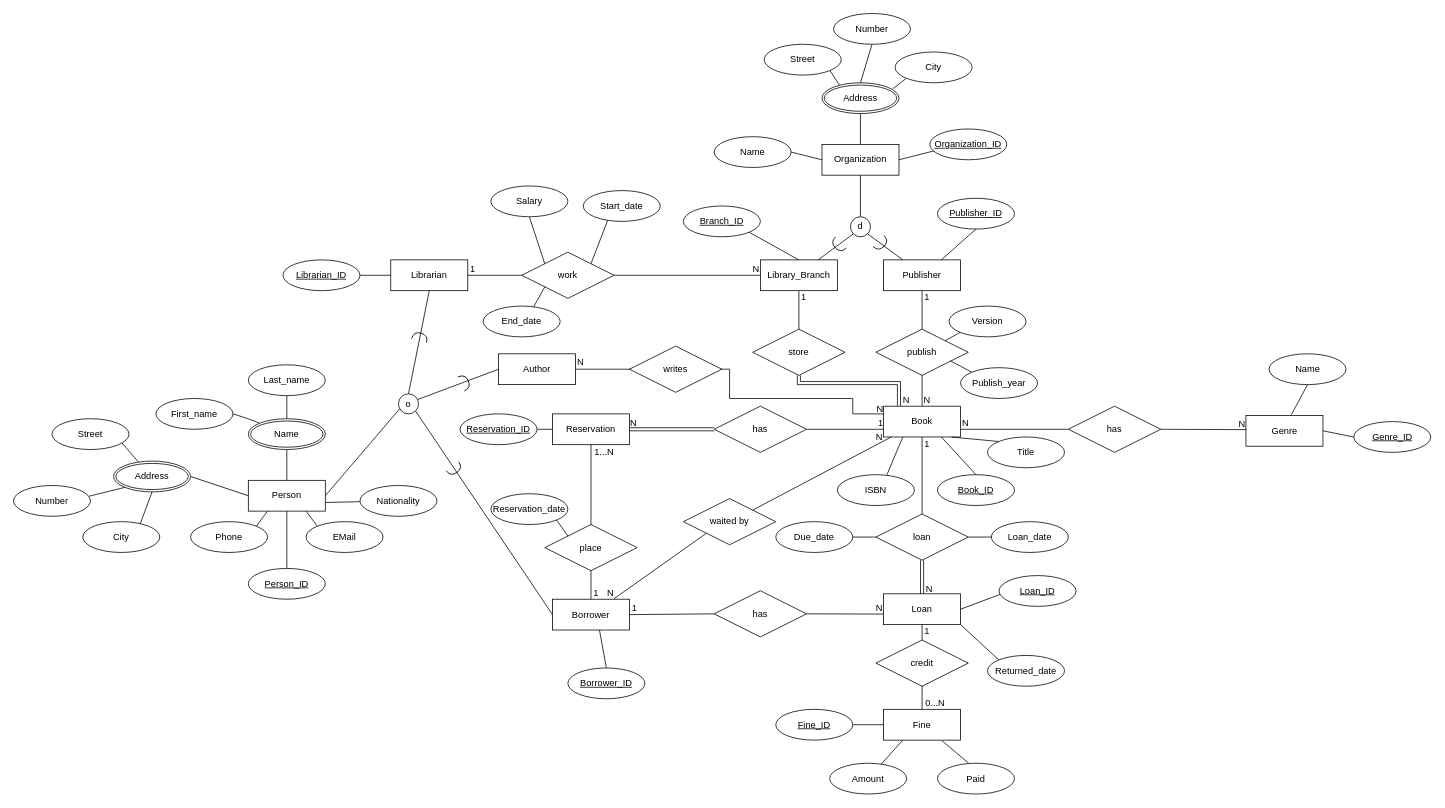
Before: ERM/ERM-Diagramm.drawio in YouAndMEME/sose23-database, a draw.io diagram. Source tidied: cells renumbered, new cells numbered last; positions are measured from the earlier drawing's top-left corner, leaving out a move shared by most shapes. Both pictures are drawn from the tidied source at 77%, with x=0, y=0 at pixel (13, 13).
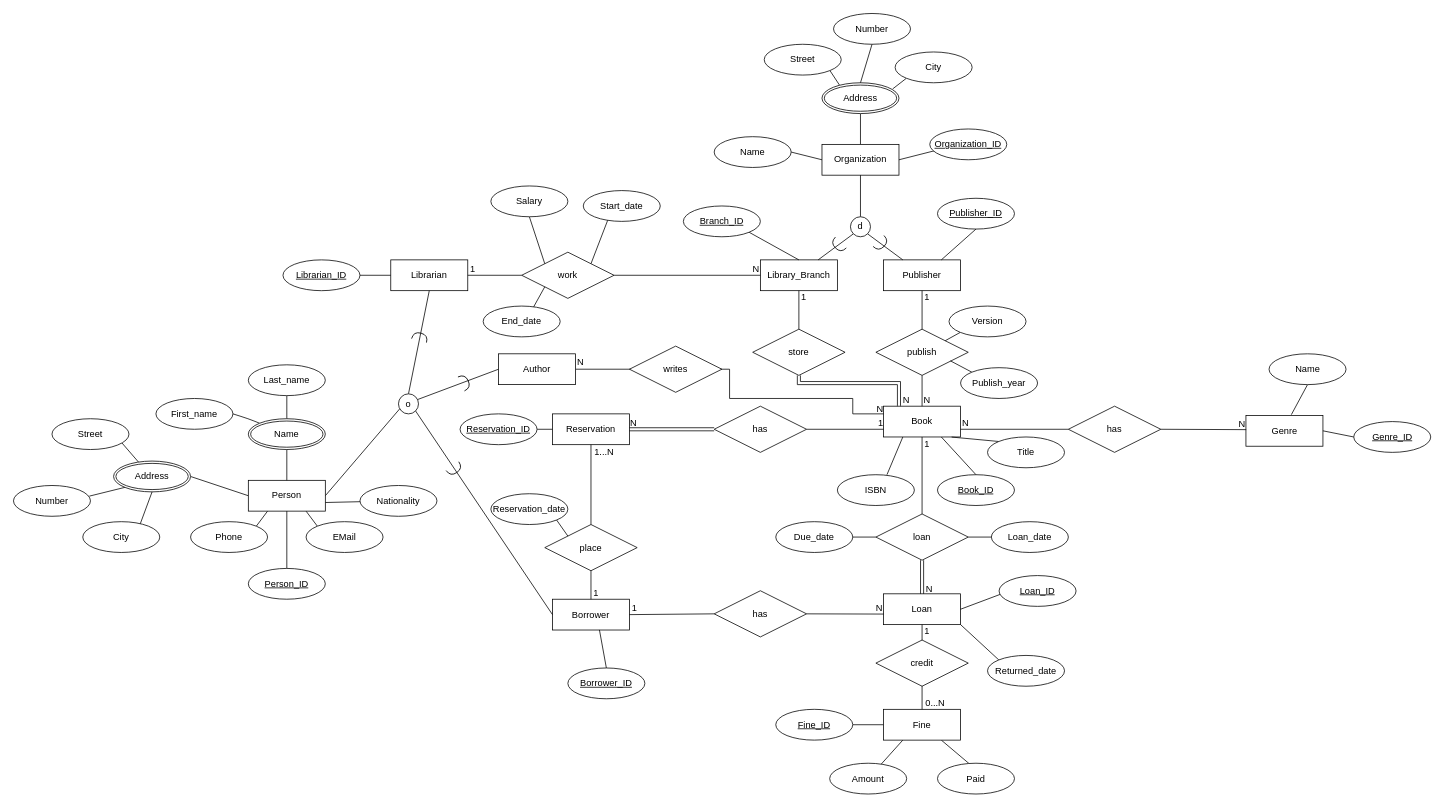
Above is the later version.

Unchanged cells that the change refers to:
```xml
<mxCell id="6" value="Borrower" style="whiteSpace=wrap;html=1;align=center;" parent="1" vertex="1">
  <mxGeometry x="700" y="760.7" width="100" height="40" as="geometry" />
</mxCell>
```

What changed in the source:
```diff
@@
-    <mxCell id="143" value="waited by" style="shape=rhombus;perimeter=rhombusPerimeter;whiteSpace=wrap;html=1;align=center;" parent="1" vertex="1">
-      <mxGeometry x="870" y="630" width="120" height="60" as="geometry" />
-    </mxCell>
-    <mxCell id="144" style="endArrow=none;html=1;rounded=0;exitX=1;exitY=0;exitDx=0;exitDy=0;" parent="1" edge="1" source="143">
-      <mxGeometry relative="1" as="geometry">
-        <mxPoint x="1140" y="550" as="targetPoint" />
-      </mxGeometry>
-    </mxCell>
-    <mxCell id="145" value="N" style="html=1;align=right;verticalAlign=bottom;" parent="144" vertex="1">
-      <mxGeometry x="1" relative="1" as="geometry">
-        <mxPoint x="-11" y="9" as="offset" />
-      </mxGeometry>
-    </mxCell>
@@
-    <mxCell id="150" style="endArrow=none;html=1;rounded=0;entryX=0.8;entryY=-0.017;entryDx=0;entryDy=0;exitX=0;exitY=1;exitDx=0;exitDy=0;entryPerimeter=0;" parent="1" edge="1" source="143" target="6">
-      <mxGeometry relative="1" as="geometry" />
-    </mxCell>
-    <mxCell id="151" value="N" style="html=1;align=right;verticalAlign=bottom;" parent="150" vertex="1">
-      <mxGeometry x="1" relative="1" as="geometry">
-        <mxPoint y="1" as="offset" />
-      </mxGeometry>
-    </mxCell>
```
